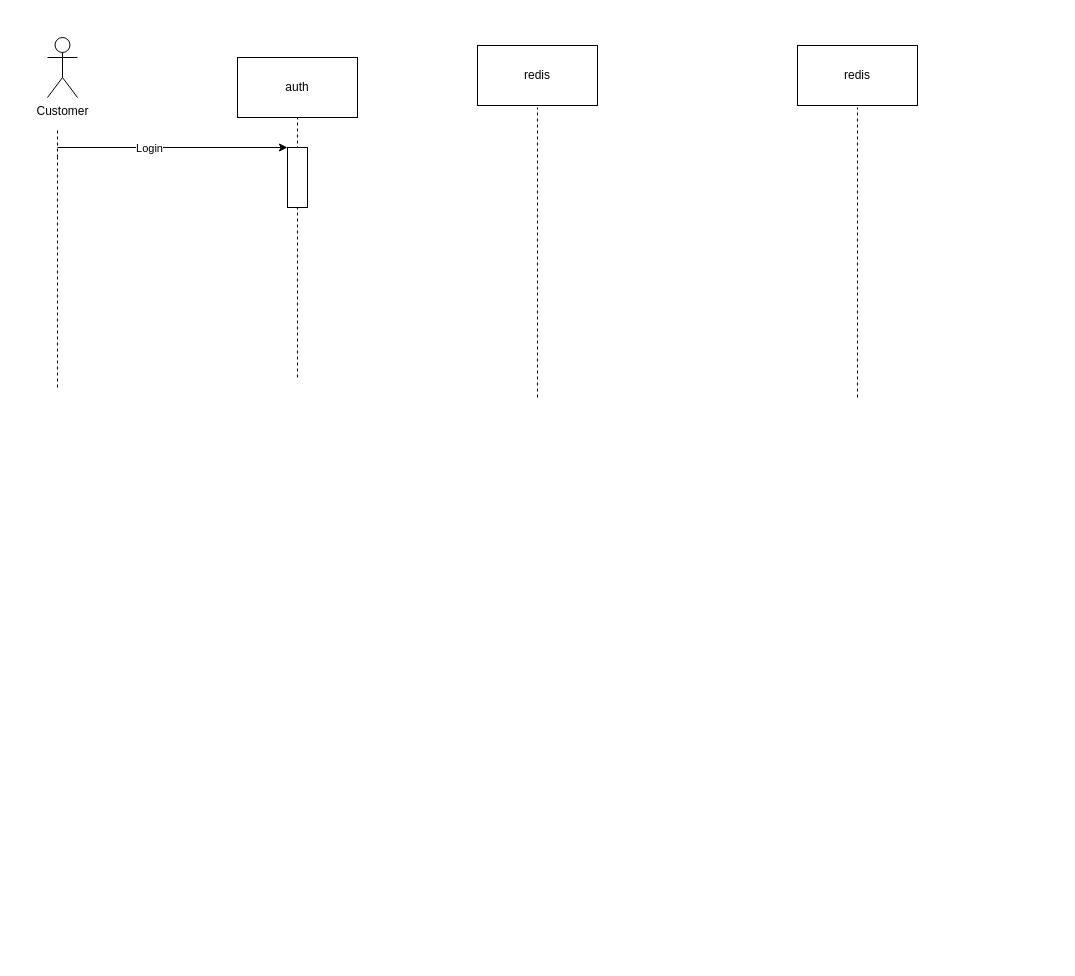
Above: public/Biểu đồ không có tiêu đề.drawio in skylie628/next-ecommerce-project (draw.io), before the change. Source tidied: cells renumbered, new cells numbered last; positions are measured from the earlier drawing's top-left corner, leaving out a move shared by most shapes. Both pictures are drawn from the tidied source at 100%, with x=0, y=0 at pixel (47, 37).
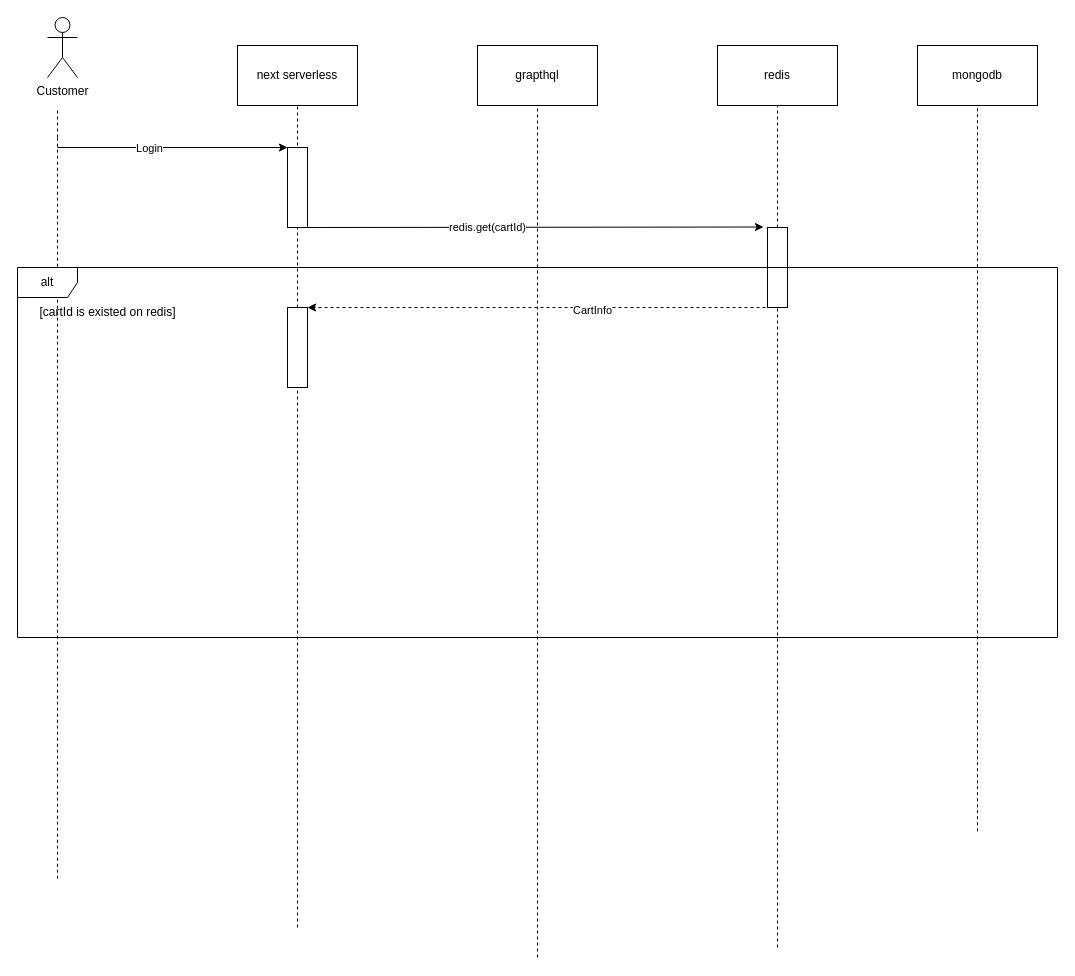
Above is the later version.

The edit, as a diff of the source:
```diff
@@
-    <mxCell id="2" value="auth" style="rounded=0;whiteSpace=wrap;html=1;" parent="1" vertex="1">
-      <mxGeometry x="190" y="20" width="120" height="60" as="geometry" />
+    <mxCell id="2" value="next serverless" style="rounded=0;whiteSpace=wrap;html=1;" parent="1" vertex="1">
+      <mxGeometry x="190" y="8" width="120" height="60" as="geometry" />
     </mxCell>
-    <mxCell id="3" value="redis" style="rounded=0;whiteSpace=wrap;html=1;" parent="1" vertex="1">
+    <mxCell id="3" value="grapthql" style="rounded=0;whiteSpace=wrap;html=1;" parent="1" vertex="1">
       <mxGeometry x="430" y="8" width="120" height="60" as="geometry" />
     </mxCell>
     <mxCell id="4" value="Customer" style="shape=umlActor;verticalLabelPosition=bottom;verticalAlign=top;html=1;" parent="1" vertex="1">
-      <mxGeometry width="30" height="60" as="geometry" />
+      <mxGeometry y="-20" width="30" height="60" as="geometry" />
     </mxCell>
     <mxCell id="5" style="endArrow=none;dashed=1;html=1;rounded=0;" parent="1" edge="1">
       <mxGeometry relative="1" as="geometry">
-        <mxPoint x="10" y="120" as="sourcePoint" />
-        <mxPoint x="10" y="90" as="targetPoint" />
+        <mxPoint x="10" y="100" as="sourcePoint" />
+        <mxPoint x="10" y="70" as="targetPoint" />
       </mxGeometry>
     </mxCell>
     <mxCell id="6" style="endArrow=none;dashed=1;html=1;rounded=0;" parent="1" edge="1">
       <mxGeometry relative="1" as="geometry">
-        <mxPoint x="10" y="350" as="sourcePoint" />
-        <mxPoint x="10" y="120" as="targetPoint" />
+        <mxPoint x="10" y="841.2" as="sourcePoint" />
+        <mxPoint x="10" y="100" as="targetPoint" />
       </mxGeometry>
     </mxCell>
-    <mxCell id="7" style="endArrow=none;dashed=1;html=1;rounded=0;" parent="1" edge="1">
+    <mxCell id="7" style="endArrow=none;dashed=1;html=1;rounded=0;" parent="1" edge="1" source="23">
       <mxGeometry relative="1" as="geometry">
-        <mxPoint x="250" y="340" as="sourcePoint" />
-        <mxPoint x="250" y="80" as="targetPoint" />
+        <mxPoint x="250" y="68" as="targetPoint" />
       </mxGeometry>
     </mxCell>
     <mxCell id="8" style="endArrow=none;dashed=1;html=1;rounded=0;" parent="1" edge="1">
       <mxGeometry relative="1" as="geometry">
-        <mxPoint x="490" y="360" as="sourcePoint" />
+        <mxPoint x="490" y="920" as="sourcePoint" />
         <mxPoint x="490" y="70" as="targetPoint" />
       </mxGeometry>
     </mxCell>
     <mxCell id="9" style="rounded=0;whiteSpace=wrap;html=1;" parent="1" vertex="1">
-      <mxGeometry x="240" y="110" width="20" height="60" as="geometry" />
+      <mxGeometry x="240" y="110" width="20" height="80" as="geometry" />
     </mxCell>
@@
     <mxCell id="12" value="redis" style="rounded=0;whiteSpace=wrap;html=1;" parent="1" vertex="1">
-      <mxGeometry x="750" y="8" width="120" height="60" as="geometry" />
+      <mxGeometry x="670" y="8" width="120" height="60" as="geometry" />
     </mxCell>
-    <mxCell id="13" style="endArrow=none;dashed=1;html=1;rounded=0;" parent="1" edge="1">
-      <mxGeometry relative="1" as="geometry">
-        <mxPoint x="810" y="360" as="sourcePoint" />
-        <mxPoint x="810" y="70" as="targetPoint" />
-      </mxGeometry>
+    <mxCell id="13" style="endArrow=none;dashed=1;html=1;rounded=0;entryX=0.5;entryY=1;entryDx=0;entryDy=0;" parent="1" edge="1" source="19" target="12">
+      <mxGeometry relative="1" as="geometry" />
     </mxCell>
+    <mxCell id="14" value="mongodb" style="rounded=0;whiteSpace=wrap;html=1;" parent="1" vertex="1">
+      <mxGeometry x="870" y="8" width="120" height="60" as="geometry" />
+    </mxCell>
+    <mxCell id="15" style="endArrow=none;dashed=1;html=1;rounded=0;" parent="1" edge="1">
+      <mxGeometry relative="1" as="geometry">
+        <mxPoint x="930" y="793.8" as="sourcePoint" />
+        <mxPoint x="930" y="70" as="targetPoint" />
+      </mxGeometry>
+    </mxCell>
+    <mxCell id="16" style="endArrow=classic;html=1;rounded=0;exitX=1;exitY=1;exitDx=0;exitDy=0;entryX=-0.2;entryY=-0.006;entryDx=0;entryDy=0;entryPerimeter=0;" parent="1" edge="1" source="9" target="19">
+      <mxGeometry relative="1" as="geometry" />
+    </mxCell>
+    <mxCell id="17" value="redis.get(cartId)" style="edgeLabel;html=1;align=center;verticalAlign=middle;" parent="16" vertex="1">
+      <mxGeometry x="-0.21" y="1" relative="1" as="geometry">
+        <mxPoint y="1" as="offset" />
+      </mxGeometry>
+    </mxCell>
+    <mxCell id="18" style="endArrow=none;dashed=1;html=1;rounded=0;" parent="1" edge="1" target="19">
+      <mxGeometry relative="1" as="geometry">
+        <mxPoint x="730" y="910" as="sourcePoint" />
+      </mxGeometry>
+    </mxCell>
+    <mxCell id="19" style="rounded=0;whiteSpace=wrap;html=1;" parent="1" vertex="1">
+      <mxGeometry x="720" y="190" width="20" height="80" as="geometry" />
+    </mxCell>
+    <mxCell id="20" style="endArrow=classic;html=1;rounded=0;exitX=0.5;exitY=1;exitDx=0;exitDy=0;dashed=1;" parent="1" edge="1" source="19">
+      <mxGeometry relative="1" as="geometry">
+        <mxPoint x="260" y="270" as="targetPoint" />
+      </mxGeometry>
+    </mxCell>
+    <mxCell id="21" value="CartInfo" style="edgeLabel;html=1;align=center;verticalAlign=middle;" parent="20" vertex="1">
+      <mxGeometry x="-0.21" y="1" relative="1" as="geometry">
+        <mxPoint y="1" as="offset" />
+      </mxGeometry>
+    </mxCell>
+    <mxCell id="22" style="endArrow=none;dashed=1;html=1;rounded=0;" parent="1" edge="1" target="23">
+      <mxGeometry relative="1" as="geometry">
+        <mxPoint x="250" y="890" as="sourcePoint" />
+      </mxGeometry>
+    </mxCell>
+    <mxCell id="23" style="rounded=0;whiteSpace=wrap;html=1;" parent="1" vertex="1">
+      <mxGeometry x="240" y="270" width="20" height="80" as="geometry" />
+    </mxCell>
+    <mxCell id="24" value="alt" style="shape=umlFrame;whiteSpace=wrap;html=1;" parent="1" vertex="1">
+      <mxGeometry x="-30" y="230" width="1040" height="370" as="geometry" />
+    </mxCell>
+    <mxCell id="25" value="[cartId is existed on redis]" style="text;html=1;align=center;verticalAlign=middle;strokeColor=none;fillColor=none;" parent="1" vertex="1">
+      <mxGeometry x="-20" y="260" width="160" height="30" as="geometry" />
+    </mxCell>
```
